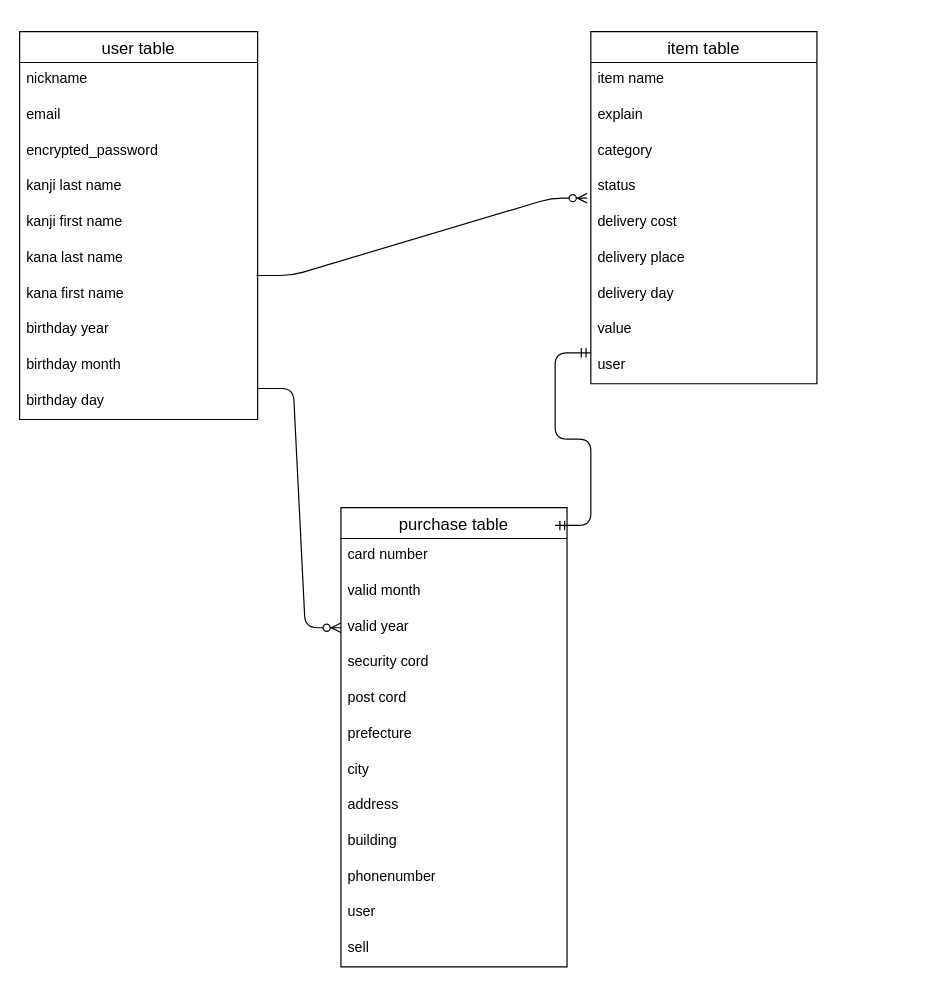
Earlier version of the draw.io diagram furima.dio (Soma1412/furima-37182). Source tidied: cells renumbered, new cells numbered last; positions are measured from the earlier drawing's top-left corner, leaving out a move shared by most shapes. Both pictures are drawn from the tidied source at 119%, with x=0, y=0 at pixel (19, 31).
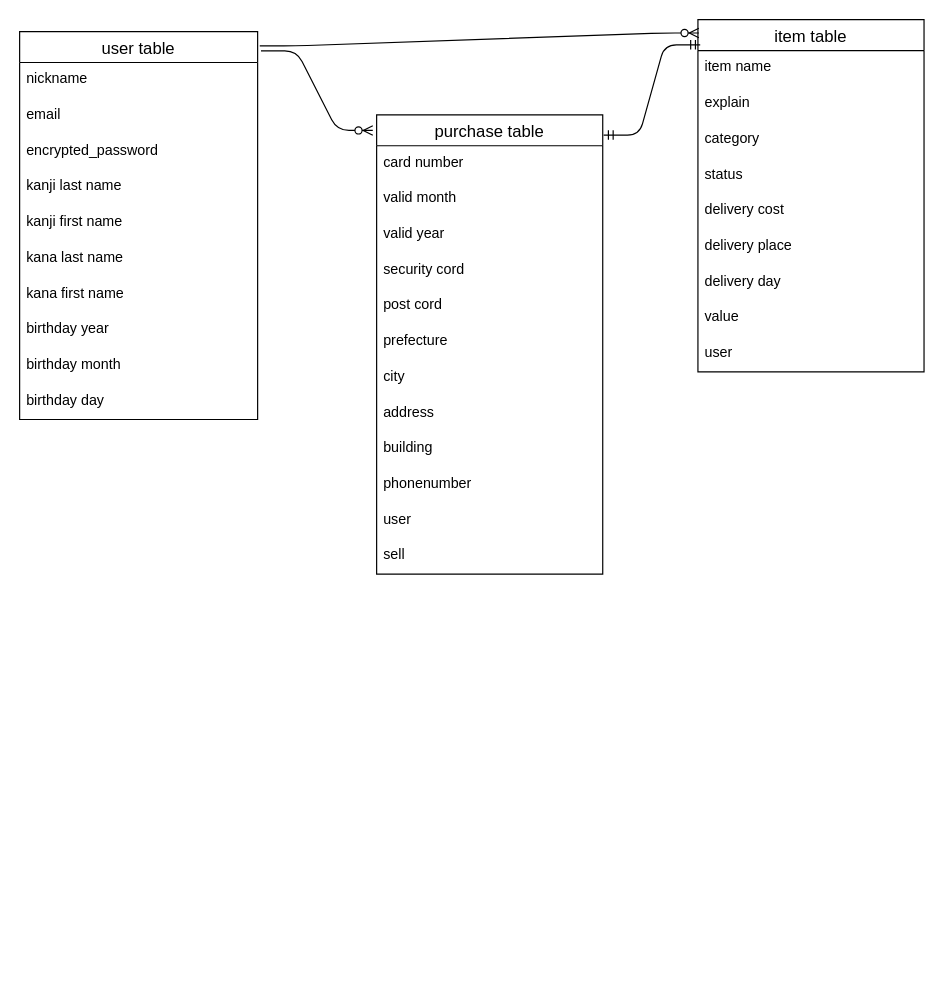
Above is the later version.

Unchanged cells that the change refers to:
```xml
<mxCell id="2" value="user table" style="swimlane;fontStyle=0;horizontal=1;startSize=26;align=center;fontSize=14;" parent="1" vertex="1">
  <mxGeometry width="200" height="326" as="geometry" />
</mxCell>
<mxCell id="9" value="kana first name" style="text;strokeColor=none;fillColor=none;spacingLeft=4;spacingRight=4;overflow=hidden;points=[[0,0.5],[1,0.5]];portConstraint=eastwest;fontSize=12;" parent="2" vertex="1">
  <mxGeometry y="206" width="200" height="30" as="geometry" />
</mxCell>
<mxCell id="12" value="birthday day" style="text;strokeColor=none;fillColor=none;spacingLeft=4;spacingRight=4;overflow=hidden;points=[[0,0.5],[1,0.5]];portConstraint=eastwest;fontSize=12;" parent="2" vertex="1">
  <mxGeometry y="296" width="200" height="30" as="geometry" />
</mxCell>
<mxCell id="14" value="item name" style="text;strokeColor=none;fillColor=none;spacingLeft=4;spacingRight=4;overflow=hidden;points=[[0,0.5],[1,0.5]];portConstraint=eastwest;fontSize=12;" parent="13" vertex="1">
  <mxGeometry y="26" width="190" height="30" as="geometry" />
</mxCell>
<mxCell id="17" value="status" style="text;strokeColor=none;fillColor=none;spacingLeft=4;spacingRight=4;overflow=hidden;points=[[0,0.5],[1,0.5]];portConstraint=eastwest;fontSize=12;" parent="13" vertex="1">
  <mxGeometry y="116" width="190" height="30" as="geometry" />
</mxCell>
<mxCell id="26" value="valid year" style="text;strokeColor=none;fillColor=none;spacingLeft=4;spacingRight=4;overflow=hidden;points=[[0,0.5],[1,0.5]];portConstraint=eastwest;fontSize=12;" parent="23" vertex="1">
  <mxGeometry y="86" width="190" height="30" as="geometry" />
</mxCell>
```

The edit, as a diff of the source:
```diff
@@
     <mxCell id="13" value="item table" style="swimlane;fontStyle=0;horizontal=1;startSize=26;align=center;fontSize=14;" parent="1" vertex="1">
-      <mxGeometry x="480" width="190" height="296" as="geometry" />
+      <mxGeometry x="570" y="-10" width="190" height="296" as="geometry" />
     </mxCell>
@@
     <mxCell id="23" value="purchase table" style="swimlane;fontStyle=0;horizontal=1;startSize=26;align=center;fontSize=14;" parent="1" vertex="1">
-      <mxGeometry x="270" y="400" width="190" height="386" as="geometry" />
+      <mxGeometry x="300" y="70" width="190" height="386" as="geometry" />
     </mxCell>
@@
-    <mxCell id="36" style="edgeStyle=entityRelationEdgeStyle;fontSize=12;html=1;endArrow=ERzeroToMany;endFill=1;exitX=0.994;exitY=-0.033;exitDx=0;exitDy=0;exitPerimeter=0;entryX=-0.017;entryY=0.8;entryDx=0;entryDy=0;entryPerimeter=0;" parent="1" edge="1" source="9" target="17">
+    <mxCell id="36" style="edgeStyle=entityRelationEdgeStyle;fontSize=12;html=1;endArrow=ERzeroToMany;endFill=1;exitX=1.009;exitY=0.037;exitDx=0;exitDy=0;exitPerimeter=0;entryX=0.004;entryY=0.038;entryDx=0;entryDy=0;entryPerimeter=0;" parent="1" edge="1" source="2" target="13">
       <mxGeometry relative="1" as="geometry" />
     </mxCell>
-    <mxCell id="37" style="edgeStyle=entityRelationEdgeStyle;fontSize=12;html=1;endArrow=ERzeroToMany;endFill=1;entryX=0;entryY=0.5;entryDx=0;entryDy=0;exitX=1;exitY=0.133;exitDx=0;exitDy=0;exitPerimeter=0;" parent="1" edge="1" source="12" target="26">
+    <mxCell id="37" style="edgeStyle=entityRelationEdgeStyle;fontSize=12;html=1;endArrow=ERzeroToMany;endFill=1;entryX=-0.017;entryY=0.034;entryDx=0;entryDy=0;exitX=1.014;exitY=0.05;exitDx=0;exitDy=0;exitPerimeter=0;entryPerimeter=0;" parent="1" edge="1" source="2" target="23">
       <mxGeometry relative="1" as="geometry" />
     </mxCell>
-    <mxCell id="38" style="edgeStyle=entityRelationEdgeStyle;fontSize=12;html=1;endArrow=ERmandOne;startArrow=ERmandOne;" parent="1" edge="1">
-      <mxGeometry relative="1" as="geometry">
-        <mxPoint x="450" y="415" as="sourcePoint" />
-        <mxPoint x="480" y="270" as="targetPoint" />
-      </mxGeometry>
+    <mxCell id="38" style="edgeStyle=entityRelationEdgeStyle;fontSize=12;html=1;endArrow=ERmandOne;startArrow=ERmandOne;exitX=1.004;exitY=0.044;exitDx=0;exitDy=0;exitPerimeter=0;entryX=0.01;entryY=-0.161;entryDx=0;entryDy=0;entryPerimeter=0;" parent="1" edge="1" source="23" target="14">
+      <mxGeometry relative="1" as="geometry" />
     </mxCell>
```
